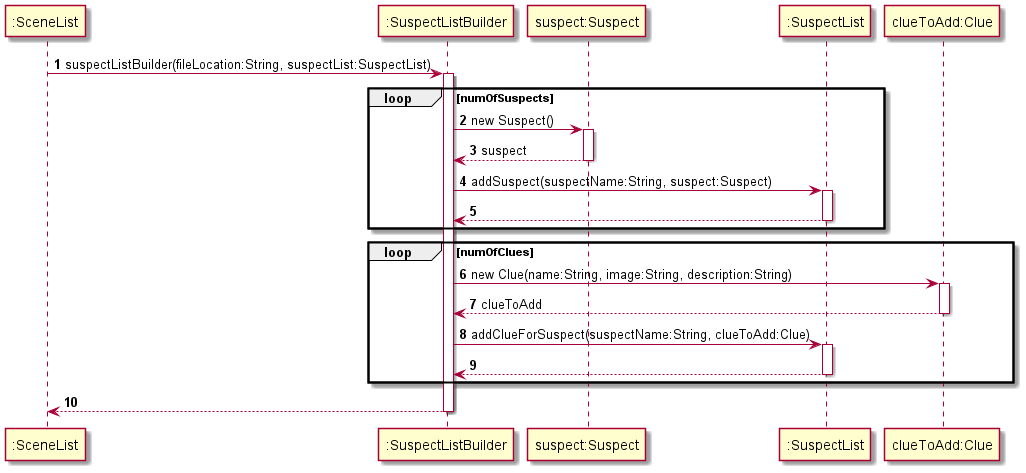
This is docs/Suspect.png from peng-217/tp, a PlantUML export, as it was before one commit.
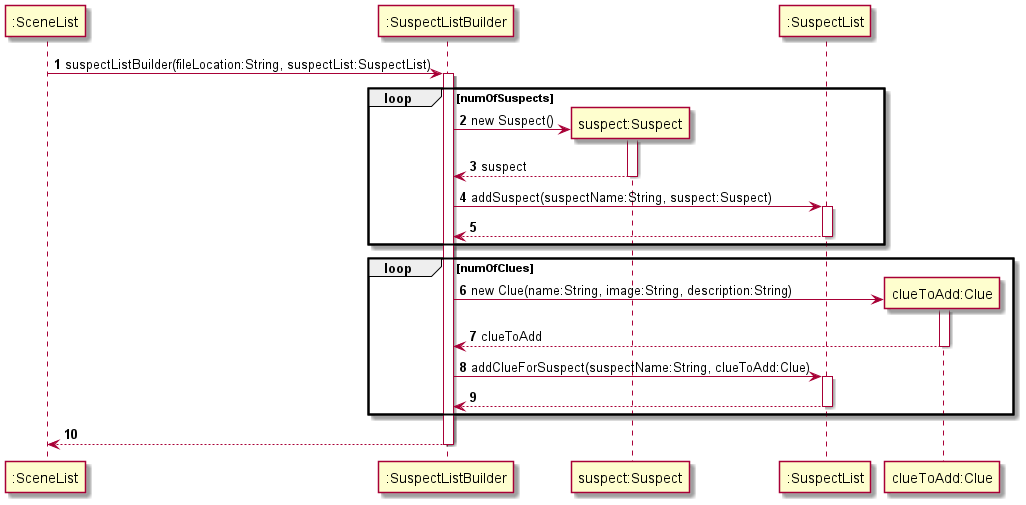
After the change.

Commit message:
Created constructors for Scene and Suspect puml

Diff of the diagram source:
```diff
@@ -6,6 +6,7 @@
 ":SceneList" -> ":SuspectListBuilder" :suspectListBuilder(fileLocation:String, suspectList:SuspectList)
 loop numOfSuspects
     activate ":SuspectListBuilder"
+    create "suspect:Suspect"
     ":SuspectListBuilder" -> "suspect:Suspect" :new Suspect()
     activate "suspect:Suspect"
     "suspect:Suspect" --> ":SuspectListBuilder" :suspect
@@ -17,6 +18,7 @@
 
     end
 loop numOfClues
+    create "clueToAdd:Clue"
     ":SuspectListBuilder" -> "clueToAdd:Clue" :new Clue(name:String, image:String, description:String)
     activate "clueToAdd:Clue"
     "clueToAdd:Clue" --> ":SuspectListBuilder" :clueToAdd
```
